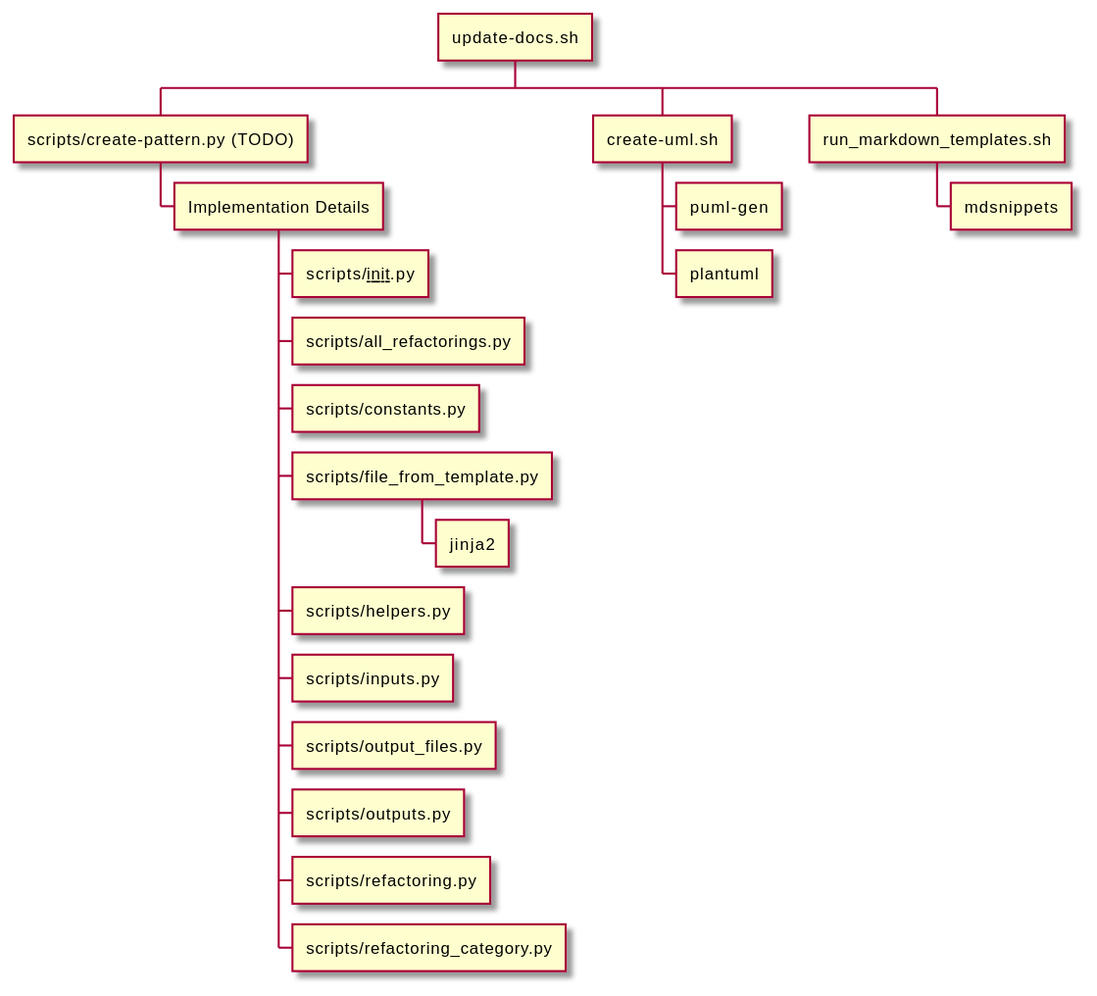
Before: uml/Scripts/Scripts.svg, a diagram exported from PlantUML (claremacrae/RefactoringSamples). The source it was exported from:
```plantuml
@startwbs

* update-docs.sh
** scripts/create-pattern.py (TODO)
*** Implementation Details
**** scripts/__init__.py
**** scripts/all_refactorings.py
**** scripts/constants.py
**** scripts/file_from_template.py
***** jinja2
**** scripts/helpers.py
**** scripts/inputs.py
**** scripts/output_files.py
**** scripts/outputs.py
**** scripts/refactoring.py
**** scripts/refactoring_category.py
** create-uml.sh
*** puml-gen
*** plantuml
** run_markdown_templates.sh
*** mdsnippets

@endwbs
```
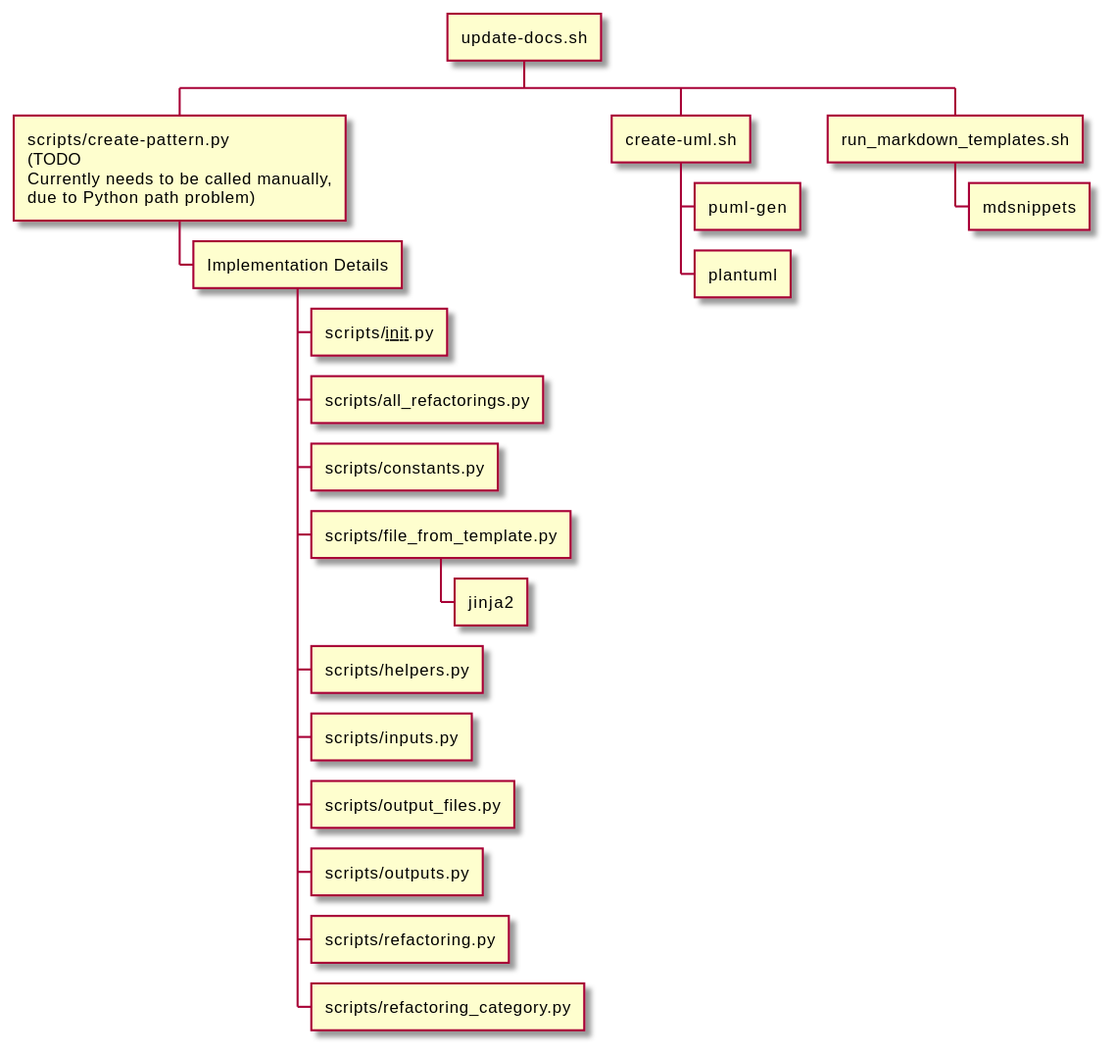
The same file after the commit.

Commit message:
Clarify TODO in Scripts images

What changed in the source:
```diff
@@ -1,7 +1,7 @@
 @startwbs
 
 * update-docs.sh
-** scripts/create-pattern.py (TODO)
+** scripts/create-pattern.py\n(TODO\nCurrently needs to be called manually,\ndue to Python path problem)
 *** Implementation Details
 **** scripts/__init__.py
 **** scripts/all_refactorings.py
```
